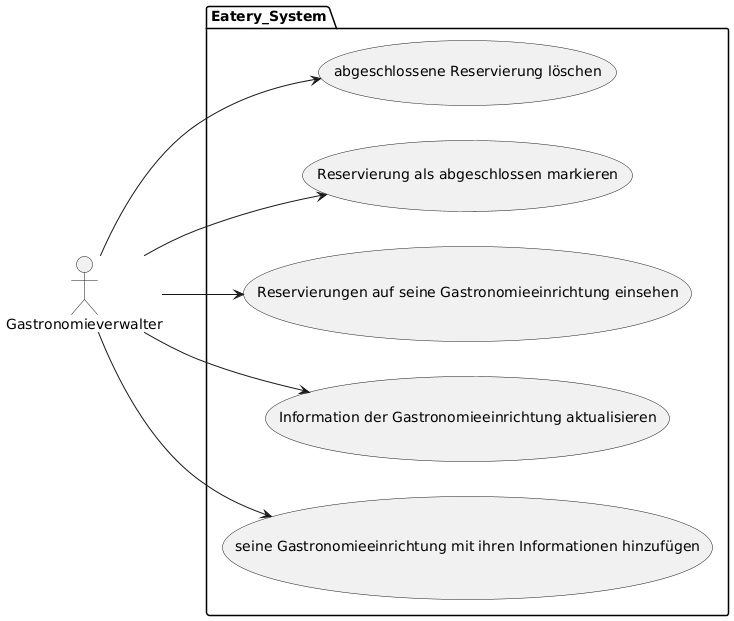
Earlier version of the PlantUML export diagram/useCaseDiagram-manager.png (kyklospi/eatery).
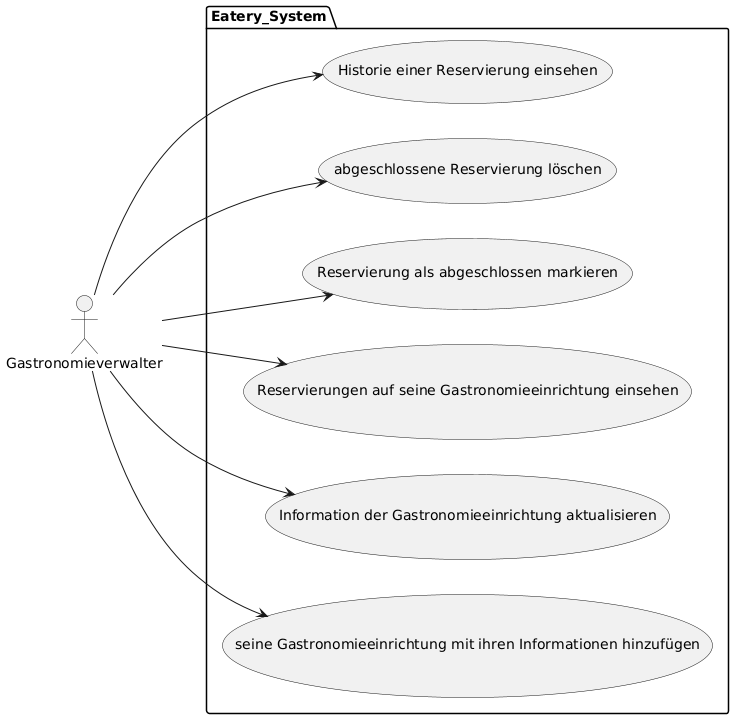
The same diagram one commit later.

Diff of the diagram source:
```diff
@@ -2,16 +2,18 @@
 left to right direction
 actor "Gastronomieverwalter" as manager
 package Eatery_System {
+
   usecase "seine Gastronomieeinrichtung mit ihren Informationen hinzufügen" as UC7
   usecase "Information der Gastronomieeinrichtung aktualisieren" as UC8
   usecase "Reservierungen auf seine Gastronomieeinrichtung einsehen" as UC9
   usecase "Reservierung als abgeschlossen markieren" as UC10
   usecase "abgeschlossene Reservierung löschen" as UC11
-
+  usecase "Historie einer Reservierung einsehen" as UC12
 }
 manager --> UC7
 manager --> UC8
 manager --> UC9
 manager --> UC10
 manager --> UC11
+manager --> UC12
 @enduml
```
